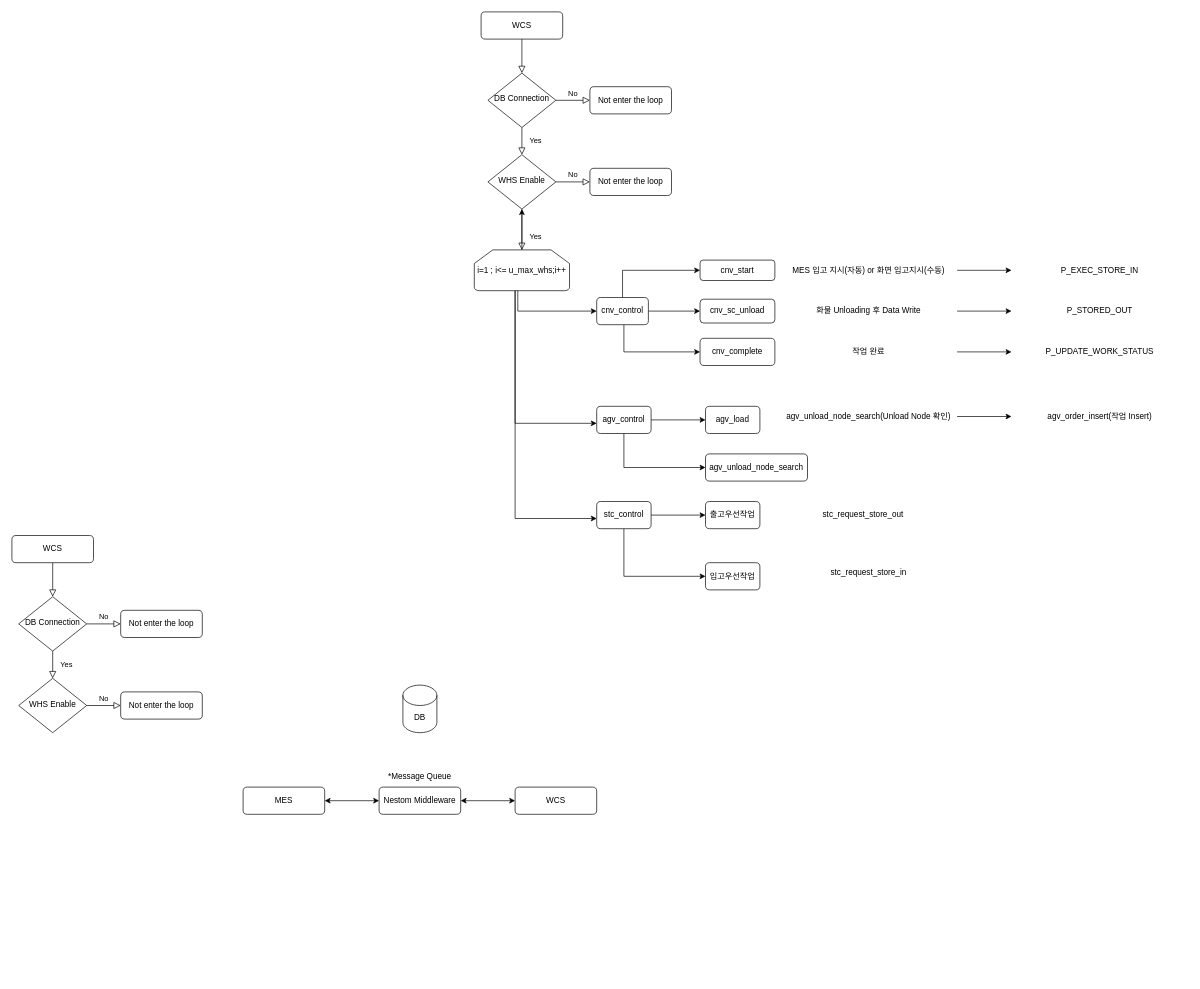
Before: WCScontrol.drawio in hjee02018/UML, a draw.io diagram. Source tidied: cells renumbered, new cells numbered last; positions are measured from the earlier drawing's top-left corner, leaving out a move shared by most shapes. Both pictures are drawn from the tidied source at 68%, with x=0, y=0 at pixel (12, 12).
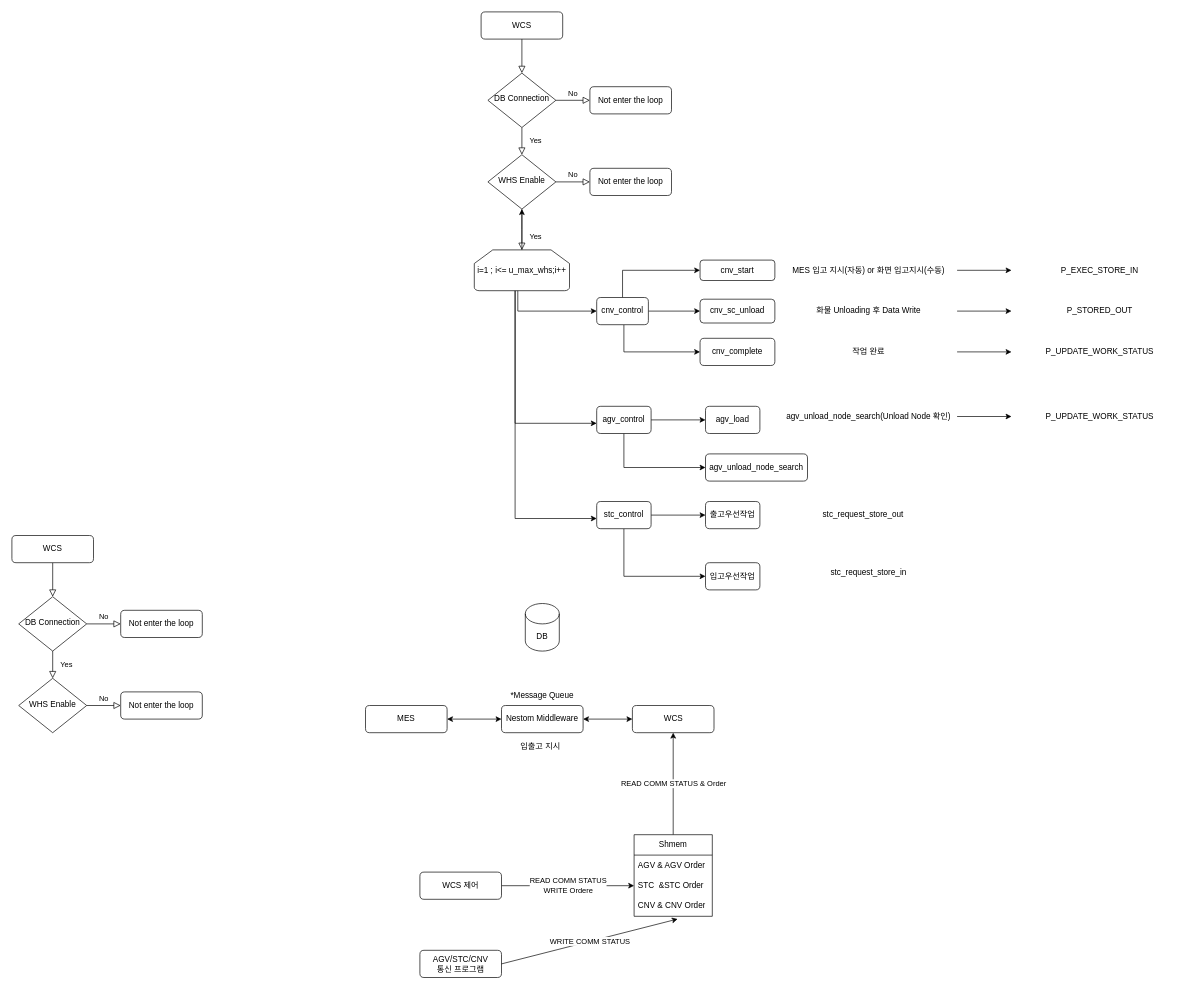
After the change.

What changed in the source:
```diff
@@
     <mxCell id="45" value="WCS" style="rounded=1;whiteSpace=wrap;html=1;fontSize=12;glass=0;strokeWidth=1;shadow=0;" parent="1" vertex="1">
-      <mxGeometry x="740" y="1140" width="120" height="40" as="geometry" />
+      <mxGeometry x="912.5" y="1020" width="120" height="40" as="geometry" />
     </mxCell>
@@
     <mxCell id="55" value="Nestom Middleware" style="rounded=1;whiteSpace=wrap;html=1;fontSize=12;glass=0;strokeWidth=1;shadow=0;" parent="1" vertex="1">
-      <mxGeometry x="540" y="1140" width="120" height="40" as="geometry" />
+      <mxGeometry x="720" y="1020" width="120" height="40" as="geometry" />
     </mxCell>
     <mxCell id="56" value="MES" style="rounded=1;whiteSpace=wrap;html=1;fontSize=12;glass=0;strokeWidth=1;shadow=0;" parent="1" vertex="1">
-      <mxGeometry x="340" y="1140" width="120" height="40" as="geometry" />
+      <mxGeometry x="520" y="1020" width="120" height="40" as="geometry" />
     </mxCell>
@@
     <mxCell id="59" value="*Message Queue" style="text;html=1;align=center;verticalAlign=middle;whiteSpace=wrap;rounded=0;" parent="1" vertex="1">
-      <mxGeometry x="540" y="1110" width="120" height="30" as="geometry" />
+      <mxGeometry x="720" y="990" width="120" height="30" as="geometry" />
     </mxCell>
     <mxCell id="60" value="DB" style="shape=cylinder3;whiteSpace=wrap;html=1;boundedLbl=1;backgroundOutline=1;size=15;" parent="1" vertex="1">
-      <mxGeometry x="575" y="990" width="50" height="70" as="geometry" />
+      <mxGeometry x="755" y="870" width="50" height="70" as="geometry" />
     </mxCell>
@@
-    <mxCell id="63" value="agv_order_insert(작업 Insert)" style="text;html=1;align=center;verticalAlign=middle;whiteSpace=wrap;rounded=0;" parent="1" vertex="1">
+    <mxCell id="63" value="P_UPDATE_WORK_STATUS" style="text;html=1;align=center;verticalAlign=middle;whiteSpace=wrap;rounded=0;" parent="1" vertex="1">
       <mxGeometry x="1470" y="580" width="260" height="30" as="geometry" />
     </mxCell>
+    <mxCell id="64" value="AGV/STC/CNV&lt;div&gt;통신 프로그램&lt;/div&gt;" style="rounded=1;whiteSpace=wrap;html=1;fontSize=12;glass=0;strokeWidth=1;shadow=0;" parent="1" vertex="1">
+      <mxGeometry x="600" y="1380" width="120" height="40" as="geometry" />
+    </mxCell>
+    <mxCell id="65" value="READ COMM STATUS &amp;amp; Order" style="edgeStyle=orthogonalEdgeStyle;rounded=0;jettySize=auto;html=1;exitX=0.5;exitY=0;exitDx=0;exitDy=0;entryX=0.5;entryY=1;entryDx=0;entryDy=0;" parent="1" edge="1" source="66" target="45">
+      <mxGeometry relative="1" as="geometry" />
+    </mxCell>
+    <mxCell id="66" value="Shmem" style="swimlane;fontStyle=0;horizontal=1;startSize=30;whiteSpace=wrap;html=1;" parent="1" vertex="1">
+      <mxGeometry x="915" y="1210" width="115" height="120" as="geometry" />
+    </mxCell>
+    <mxCell id="67" value="AGV &amp;amp; AGV Order&amp;nbsp;" style="text;strokeColor=none;fillColor=none;align=left;verticalAlign=middle;spacingLeft=4;spacingRight=4;overflow=hidden;whiteSpace=wrap;html=1;" parent="66" vertex="1">
+      <mxGeometry y="30" width="115" height="30" as="geometry" />
+    </mxCell>
+    <mxCell id="68" value="STC&amp;nbsp; &amp;amp;STC Order" style="text;strokeColor=none;fillColor=none;align=left;verticalAlign=middle;spacingLeft=4;spacingRight=4;overflow=hidden;points=[[0,0.5],[1,0.5]];portConstraint=eastwest;whiteSpace=wrap;html=1;" parent="66" vertex="1">
+      <mxGeometry y="60" width="115" height="30" as="geometry" />
+    </mxCell>
+    <mxCell id="69" value="CNV &amp;amp; CNV Order" style="text;strokeColor=none;fillColor=none;align=left;verticalAlign=middle;spacingLeft=4;spacingRight=4;overflow=hidden;points=[[0,0.5],[1,0.5]];portConstraint=eastwest;whiteSpace=wrap;html=1;" parent="66" vertex="1">
+      <mxGeometry y="90" width="115" height="30" as="geometry" />
+    </mxCell>
+    <mxCell id="70" value="WRITE COMM STATUS" style="endArrow=classic;html=1;rounded=0;entryX=0.557;entryY=1.133;entryDx=0;entryDy=0;entryPerimeter=0;exitX=1;exitY=0.5;exitDx=0;exitDy=0;" parent="1" edge="1" source="64" target="69">
+      <mxGeometry relative="1" as="geometry" />
+    </mxCell>
+    <mxCell id="71" value="READ COMM STATUS&lt;div&gt;WRITE Ordere&lt;/div&gt;" style="edgeStyle=orthogonalEdgeStyle;rounded=0;jettySize=auto;html=1;exitX=1;exitY=0.5;exitDx=0;exitDy=0;" parent="1" edge="1" source="72" target="68">
+      <mxGeometry relative="1" as="geometry" />
+    </mxCell>
+    <mxCell id="72" value="WCS 제어" style="rounded=1;whiteSpace=wrap;html=1;fontSize=12;glass=0;strokeWidth=1;shadow=0;" parent="1" vertex="1">
+      <mxGeometry x="600" y="1265" width="120" height="40" as="geometry" />
+    </mxCell>
+    <mxCell id="73" value="입출고 지시" style="text;html=1;align=center;verticalAlign=middle;whiteSpace=wrap;rounded=0;" parent="1" vertex="1">
+      <mxGeometry x="715" y="1070" width="125" height="20" as="geometry" />
+    </mxCell>
```
